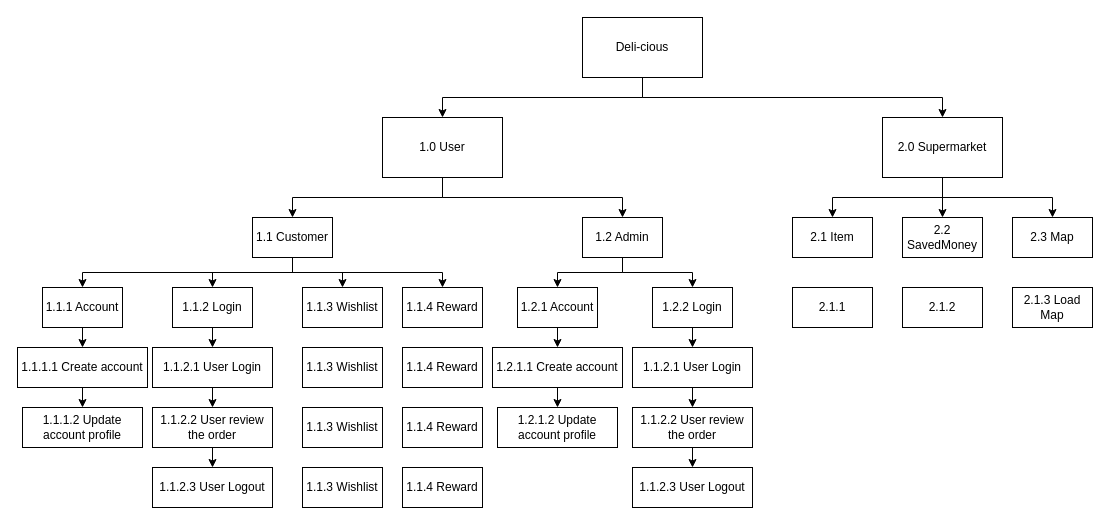
Earlier version of the draw.io diagram Untitled Diagram.drawio (juuuuuuun/prf566). Source tidied: cells renumbered, new cells numbered last; positions are measured from the earlier drawing's top-left corner, leaving out a move shared by most shapes. Both pictures are drawn from the tidied source at 100%, with x=0, y=0 at pixel (17, 17).
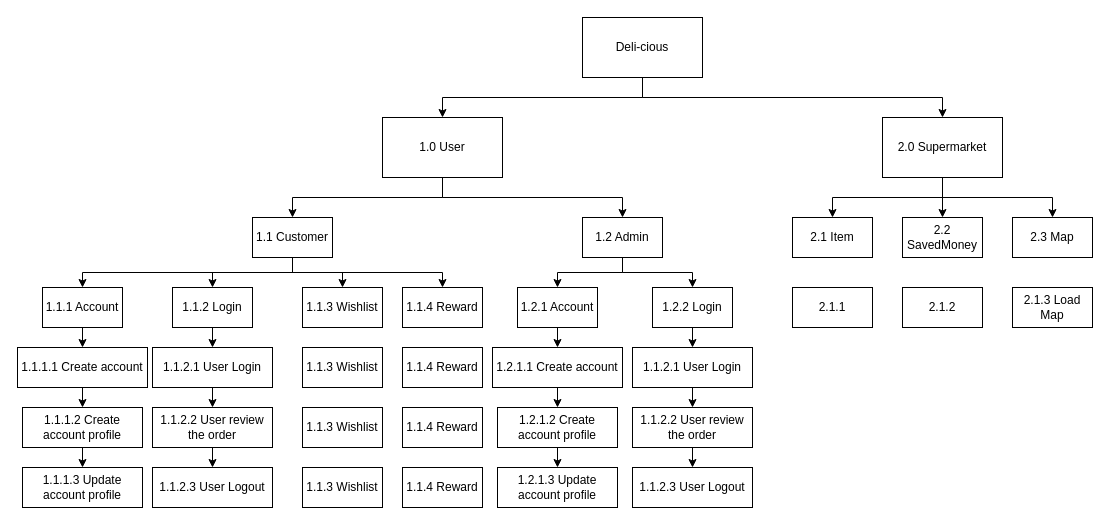
The same diagram, later.

Unchanged cells that the change refers to:
```xml
<mxCell id="32" value="1.1.1.1 Create account" style="rounded=0;whiteSpace=wrap;html=1;" parent="1" vertex="1">
  <mxGeometry y="330" width="130" height="40" as="geometry" />
</mxCell>
<mxCell id="48" value="1.2.1.1 Create account" style="rounded=0;whiteSpace=wrap;html=1;" parent="1" vertex="1">
  <mxGeometry x="475" y="330" width="130" height="40" as="geometry" />
</mxCell>
```

Change to the diagram source:
```diff
@@
-    <mxCell id="36" value="1.1.1.2 Update account profile" style="rounded=0;whiteSpace=wrap;html=1;" parent="1" vertex="1">
-      <mxGeometry x="5" y="390" width="120" height="40" as="geometry" />
+    <mxCell id="36" value="1.1.1.3 Update account profile" style="rounded=0;whiteSpace=wrap;html=1;" parent="1" vertex="1">
+      <mxGeometry x="5" y="450" width="120" height="40" as="geometry" />
     </mxCell>
@@
-    <mxCell id="44" style="endArrow=classic;html=1;rounded=0;exitX=0.5;exitY=1;exitDx=0;exitDy=0;entryX=0.5;entryY=0;entryDx=0;entryDy=0;" parent="1" edge="1" source="32" target="36">
-      <mxGeometry relative="1" as="geometry" />
-    </mxCell>
@@
-    <mxCell id="50" value="1.2.1.2 Update account profile" style="rounded=0;whiteSpace=wrap;html=1;" parent="1" vertex="1">
-      <mxGeometry x="480" y="390" width="120" height="40" as="geometry" />
+    <mxCell id="50" value="1.2.1.3 Update account profile" style="rounded=0;whiteSpace=wrap;html=1;" parent="1" vertex="1">
+      <mxGeometry x="480" y="450" width="120" height="40" as="geometry" />
     </mxCell>
-    <mxCell id="51" style="endArrow=classic;html=1;rounded=0;exitX=0.5;exitY=1;exitDx=0;exitDy=0;" parent="1" edge="1" source="48" target="50">
-      <mxGeometry relative="1" as="geometry" />
-    </mxCell>
@@
+    <mxCell id="58" value="1.1.1.2 Create account profile" style="rounded=0;whiteSpace=wrap;html=1;" parent="1" vertex="1">
+      <mxGeometry x="5" y="390" width="120" height="40" as="geometry" />
+    </mxCell>
+    <mxCell id="59" style="edgeStyle=orthogonalEdgeStyle;rounded=0;jettySize=auto;html=1;exitX=0.5;exitY=1;exitDx=0;exitDy=0;entryX=0.5;entryY=0;entryDx=0;entryDy=0;" parent="1" edge="1" source="60" target="50">
+      <mxGeometry relative="1" as="geometry" />
+    </mxCell>
+    <mxCell id="60" value="1.2.1.2 Create account profile" style="rounded=0;whiteSpace=wrap;html=1;" parent="1" vertex="1">
+      <mxGeometry x="480" y="390" width="120" height="40" as="geometry" />
+    </mxCell>
+    <mxCell id="61" style="endArrow=classic;html=1;rounded=0;exitX=0.5;exitY=1;exitDx=0;exitDy=0;entryX=0.5;entryY=0;entryDx=0;entryDy=0;" parent="1" edge="1" source="32" target="58">
+      <mxGeometry relative="1" as="geometry" />
+    </mxCell>
+    <mxCell id="62" style="endArrow=classic;html=1;rounded=0;" parent="1" edge="1" target="36">
+      <mxGeometry relative="1" as="geometry">
+        <mxPoint x="65" y="430" as="sourcePoint" />
+      </mxGeometry>
+    </mxCell>
+    <mxCell id="63" style="endArrow=classic;html=1;rounded=0;exitX=0.5;exitY=1;exitDx=0;exitDy=0;entryX=0.5;entryY=0;entryDx=0;entryDy=0;" parent="1" edge="1" source="48" target="60">
+      <mxGeometry relative="1" as="geometry" />
+    </mxCell>
```
